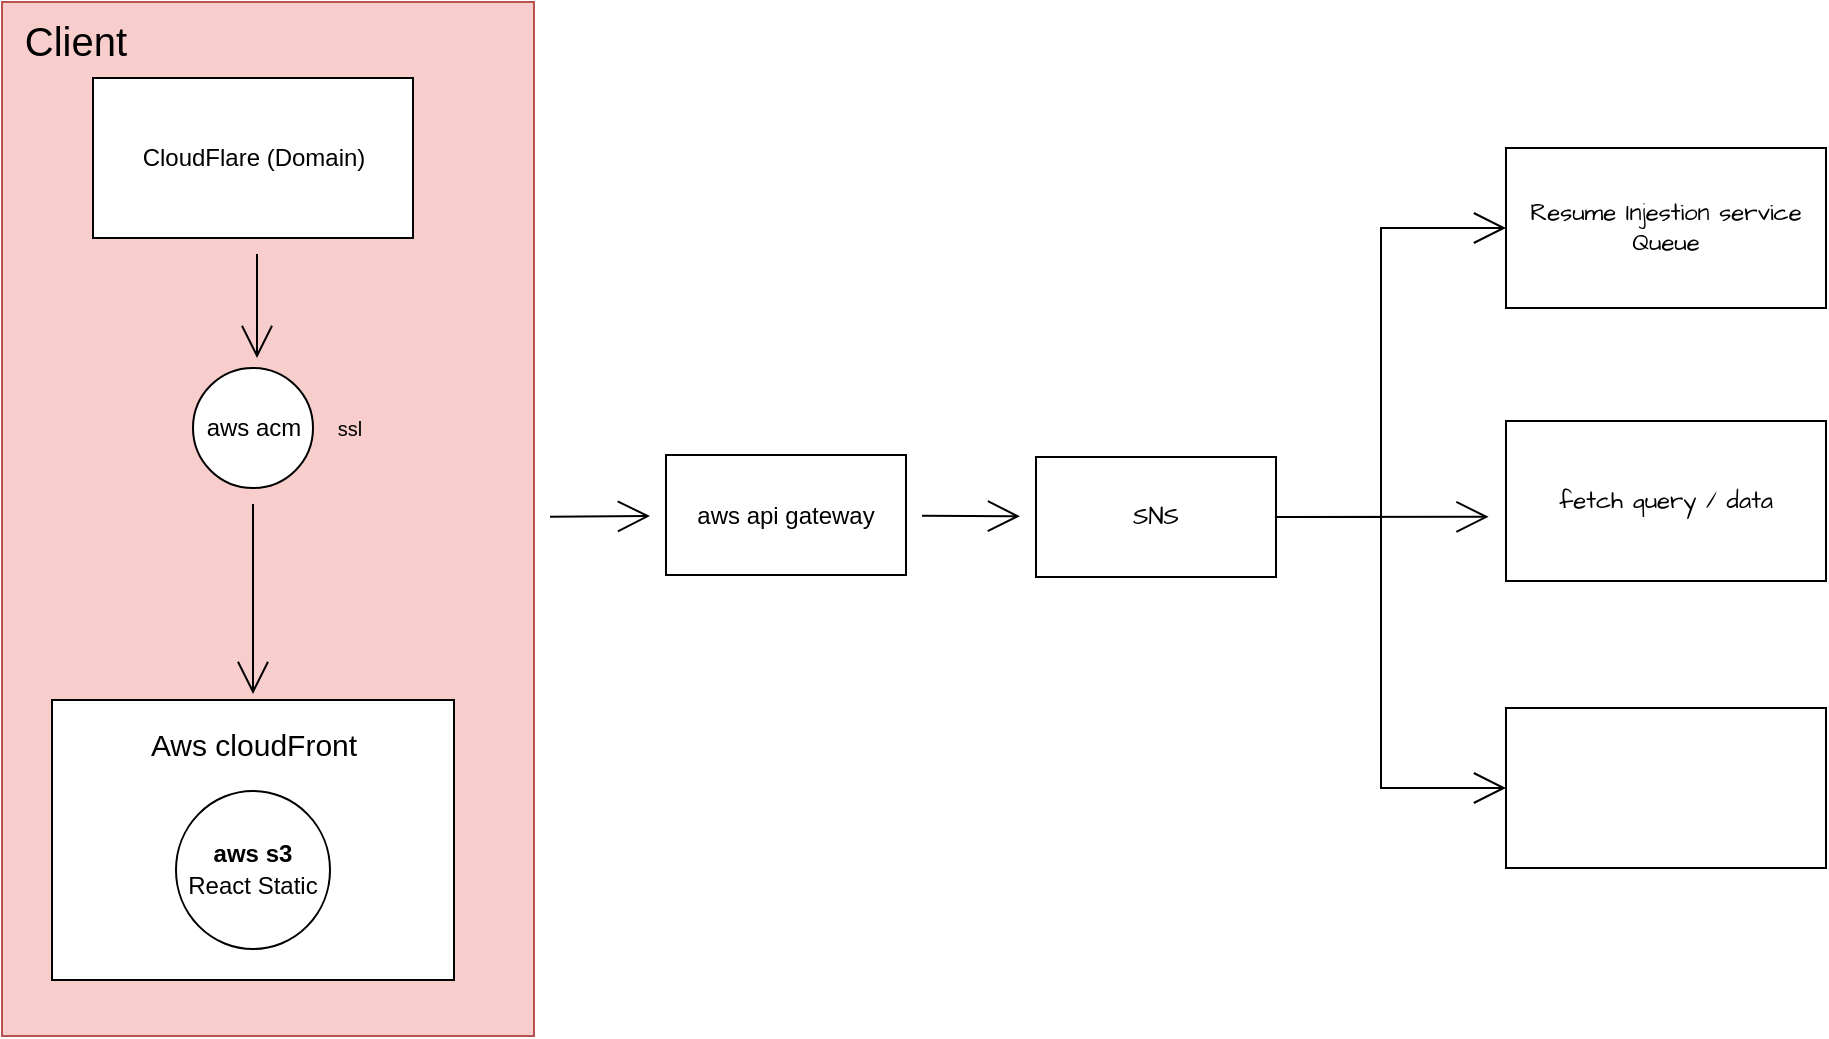
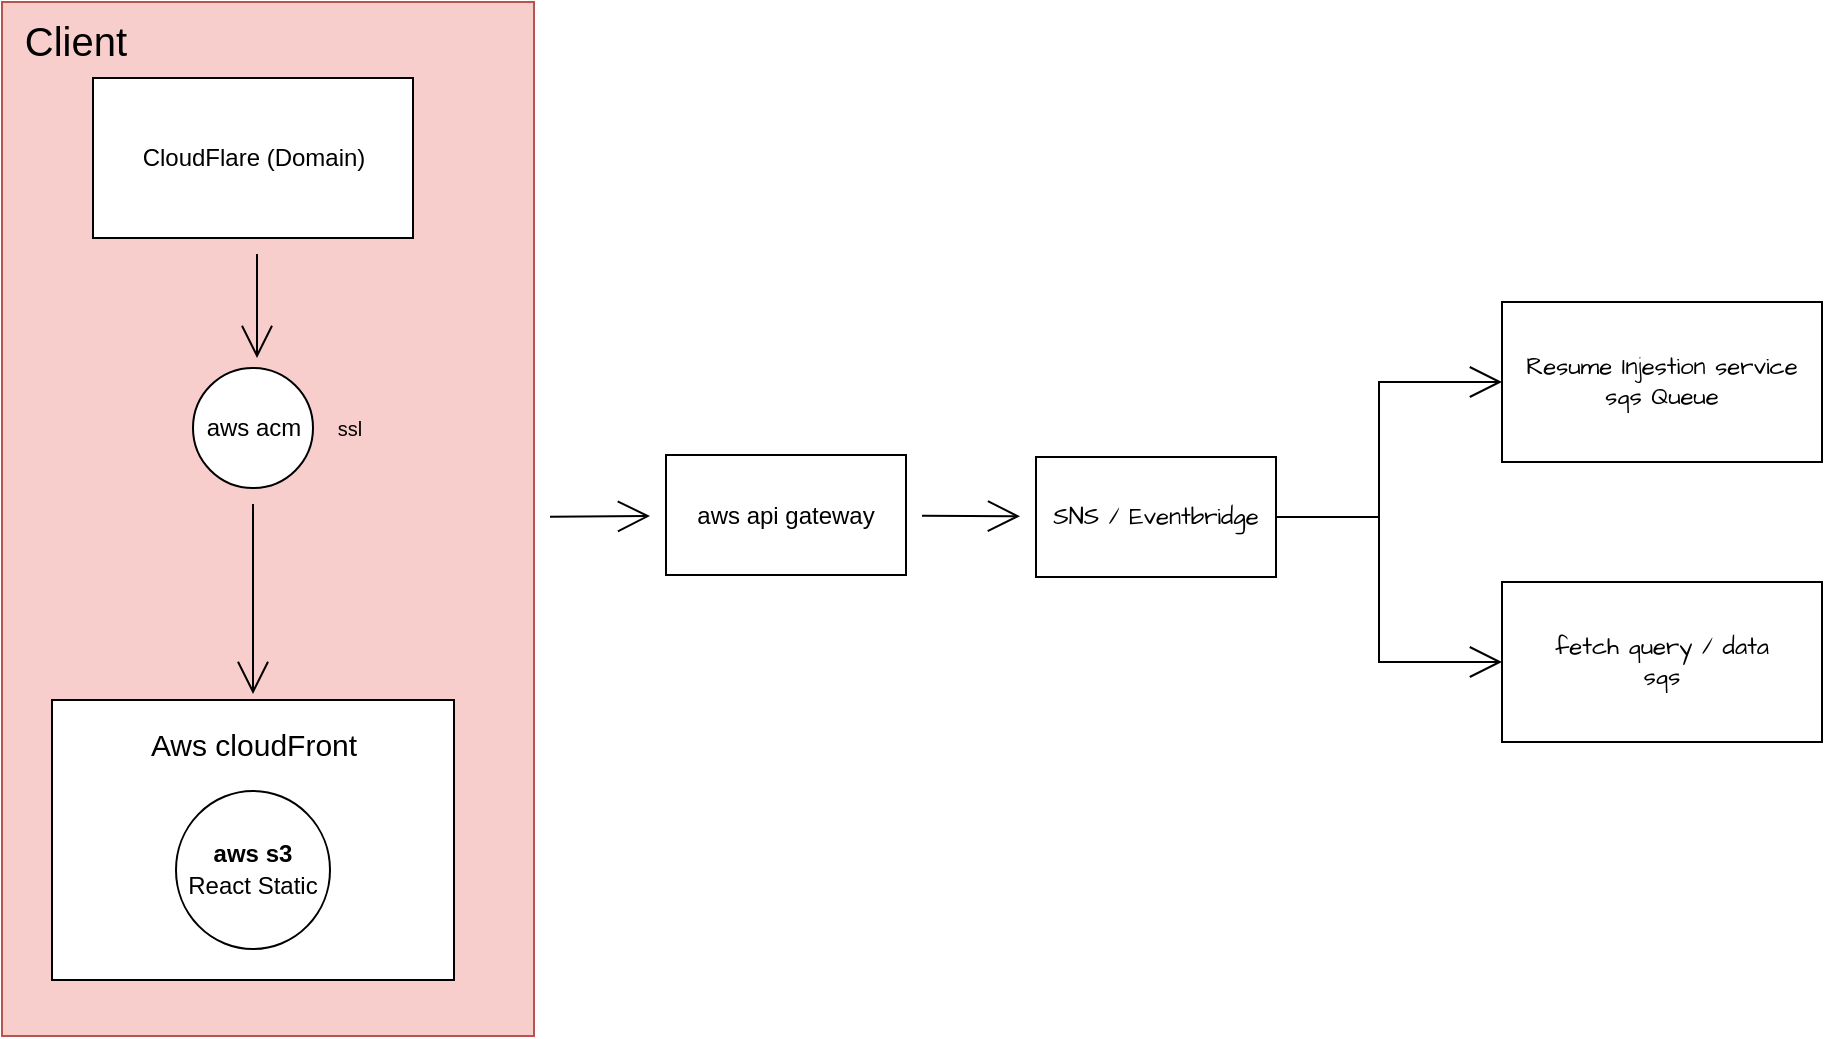
<mxfile host="app.diagrams.net">
  <diagram name="Page-1" id="SOHPCcRNUhLTlrNE90n2">
    <mxGraphModel dx="2960" dy="1394" grid="0" gridSize="10" guides="1" tooltips="1" connect="1" arrows="1" fold="1" page="0" pageScale="1" pageWidth="850" pageHeight="1100" math="0" shadow="0">
      <root>
        <mxCell id="0" />
        <mxCell id="1" parent="0" />
        <mxCell id="rra6tTRvJPethr66ALMW-19" edge="1" parent="1" source="rra6tTRvJPethr66ALMW-16" style="edgeStyle=none;curved=1;rounded=0;orthogonalLoop=1;jettySize=auto;html=1;fontFamily=Architects Daughter;fontSource=https%3A%2F%2Ffonts.googleapis.com%2Fcss%3Ffamily%3DArchitects%2BDaughter;fontSize=16;startSize=14;endArrow=open;endSize=14;sourcePerimeterSpacing=8;targetPerimeterSpacing=8;" target="rra6tTRvJPethr66ALMW-18" value="">
          <mxGeometry relative="1" as="geometry" />
        </mxCell>
        <mxCell id="rra6tTRvJPethr66ALMW-16" parent="1" style="rounded=0;whiteSpace=wrap;html=1;fontFamily=Architects Daughter;fontSource=https%3A%2F%2Ffonts.googleapis.com%2Fcss%3Ffamily%3DArchitects%2BDaughter;fillColor=#f8cecc;strokeColor=#b85450;" value="" vertex="1">
          <mxGeometry height="517" width="266" x="-700" y="-271" as="geometry" />
        </mxCell>
        <mxCell id="rra6tTRvJPethr66ALMW-2" parent="1" style="rounded=0;whiteSpace=wrap;html=1;fontFamily=Architects Daughter;fontSource=https%3A%2F%2Ffonts.googleapis.com%2Fcss%3Ffamily%3DArchitects%2BDaughter;" value="" vertex="1">
          <mxGeometry height="140" width="201" x="-675" y="78" as="geometry" />
        </mxCell>
        <mxCell id="rra6tTRvJPethr66ALMW-1" parent="1" style="ellipse;whiteSpace=wrap;html=1;fontFamily=Architects Daughter;fontSource=https%3A%2F%2Ffonts.googleapis.com%2Fcss%3Ffamily%3DArchitects%2BDaughter;" value="&lt;font face=&quot;Helvetica&quot;&gt;&lt;b&gt;aws s3&lt;/b&gt;&lt;br&gt;React Static&lt;/font&gt;" vertex="1">
          <mxGeometry height="79" width="77" x="-613" y="123.5" as="geometry" />
        </mxCell>
        <mxCell id="rra6tTRvJPethr66ALMW-3" parent="1" style="text;html=1;whiteSpace=wrap;strokeColor=none;fillColor=none;align=center;verticalAlign=middle;rounded=0;fontSize=20;fontFamily=Helvetica;" value="&lt;font style=&quot;font-size: 15px;&quot;&gt;Aws cloudFront&lt;/font&gt;" vertex="1">
          <mxGeometry height="30" width="186" x="-667.5" y="83" as="geometry" />
        </mxCell>
        <mxCell id="rra6tTRvJPethr66ALMW-10" edge="1" parent="1" style="edgeStyle=none;curved=1;rounded=0;orthogonalLoop=1;jettySize=auto;html=1;fontFamily=Architects Daughter;fontSource=https%3A%2F%2Ffonts.googleapis.com%2Fcss%3Ffamily%3DArchitects%2BDaughter;fontSize=16;startSize=14;endArrow=open;endSize=14;sourcePerimeterSpacing=8;targetPerimeterSpacing=8;" value="">
          <mxGeometry relative="1" as="geometry">
            <mxPoint x="-572.5" y="-145" as="sourcePoint" />
            <mxPoint x="-572.5" y="-93" as="targetPoint" />
          </mxGeometry>
        </mxCell>
        <mxCell id="rra6tTRvJPethr66ALMW-5" parent="1" style="rounded=0;whiteSpace=wrap;html=1;fontFamily=Helvetica;" value="CloudFlare (Domain)" vertex="1">
          <mxGeometry height="80" width="160" x="-654.5" y="-233" as="geometry" />
        </mxCell>
        <mxCell id="rra6tTRvJPethr66ALMW-14" edge="1" parent="1" source="rra6tTRvJPethr66ALMW-12" style="edgeStyle=none;curved=1;rounded=0;orthogonalLoop=1;jettySize=auto;html=1;fontFamily=Architects Daughter;fontSource=https%3A%2F%2Ffonts.googleapis.com%2Fcss%3Ffamily%3DArchitects%2BDaughter;fontSize=16;startSize=14;endArrow=open;endSize=14;sourcePerimeterSpacing=8;targetPerimeterSpacing=8;" target="rra6tTRvJPethr66ALMW-3" value="">
          <mxGeometry relative="1" as="geometry" />
        </mxCell>
        <mxCell id="rra6tTRvJPethr66ALMW-12" parent="1" style="ellipse;whiteSpace=wrap;html=1;fontFamily=Architects Daughter;fontSource=https%3A%2F%2Ffonts.googleapis.com%2Fcss%3Ffamily%3DArchitects%2BDaughter;" value="&lt;font face=&quot;Helvetica&quot;&gt;aws acm&lt;/font&gt;" vertex="1">
          <mxGeometry height="60" width="60" x="-604.5" y="-88" as="geometry" />
        </mxCell>
        <mxCell id="rra6tTRvJPethr66ALMW-15" parent="1" style="text;html=1;whiteSpace=wrap;strokeColor=none;fillColor=none;align=center;verticalAlign=middle;rounded=0;fontSize=10;fontFamily=Helvetica;" value="&lt;font&gt;ssl&lt;/font&gt;" vertex="1">
          <mxGeometry height="18" width="32" x="-542" y="-67" as="geometry" />
        </mxCell>
        <mxCell id="rra6tTRvJPethr66ALMW-17" parent="1" style="text;html=1;whiteSpace=wrap;strokeColor=none;fillColor=none;align=center;verticalAlign=middle;rounded=0;fontSize=20;fontFamily=Architects Daughter;fontSource=https%3A%2F%2Ffonts.googleapis.com%2Fcss%3Ffamily%3DArchitects%2BDaughter;" value="&lt;font face=&quot;Helvetica&quot;&gt;Client&lt;/font&gt;" vertex="1">
          <mxGeometry height="30" width="60" x="-693" y="-266" as="geometry" />
        </mxCell>
        <mxCell id="rra6tTRvJPethr66ALMW-27" edge="1" parent="1" source="rra6tTRvJPethr66ALMW-18" style="edgeStyle=none;curved=1;rounded=0;orthogonalLoop=1;jettySize=auto;html=1;fontFamily=Architects Daughter;fontSource=https%3A%2F%2Ffonts.googleapis.com%2Fcss%3Ffamily%3DArchitects%2BDaughter;fontSize=16;startSize=14;endArrow=open;endSize=14;sourcePerimeterSpacing=8;targetPerimeterSpacing=8;" target="rra6tTRvJPethr66ALMW-26" value="">
          <mxGeometry relative="1" as="geometry" />
        </mxCell>
        <mxCell id="rra6tTRvJPethr66ALMW-18" parent="1" style="whiteSpace=wrap;html=1;fontFamily=Architects Daughter;rounded=0;fontSource=https%3A%2F%2Ffonts.googleapis.com%2Fcss%3Ffamily%3DArchitects%2BDaughter;" value="&lt;font face=&quot;Helvetica&quot;&gt;aws api gateway&lt;/font&gt;" vertex="1">
          <mxGeometry height="60" width="120" x="-368" y="-44.5" as="geometry" />
        </mxCell>
-         <mxCell id="rra6tTRvJPethr66ALMW-20" parent="1" style="rounded=0;whiteSpace=wrap;html=1;fontFamily=Architects Daughter;fontSource=https%3A%2F%2Ffonts.googleapis.com%2Fcss%3Ffamily%3DArchitects%2BDaughter;" value="Resume Injestion service&lt;br&gt;Queue" vertex="1">
-           <mxGeometry height="80" width="160" x="52" y="-198" as="geometry" />
+         <mxCell id="rra6tTRvJPethr66ALMW-20" parent="1" style="rounded=0;whiteSpace=wrap;html=1;fontFamily=Architects Daughter;fontSource=https%3A%2F%2Ffonts.googleapis.com%2Fcss%3Ffamily%3DArchitects%2BDaughter;" value="Resume Injestion service&lt;br&gt;sqs Queue" vertex="1">
+           <mxGeometry height="80" width="160" x="50" y="-121" as="geometry" />
        </mxCell>
-         <mxCell id="rra6tTRvJPethr66ALMW-21" parent="1" style="rounded=0;whiteSpace=wrap;html=1;fontFamily=Architects Daughter;fontSource=https%3A%2F%2Ffonts.googleapis.com%2Fcss%3Ffamily%3DArchitects%2BDaughter;" value="fetch query / data" vertex="1">
-           <mxGeometry height="80" width="160" x="52" y="-61.5" as="geometry" />
-         </mxCell>
-         <mxCell id="rra6tTRvJPethr66ALMW-22" parent="1" style="rounded=0;whiteSpace=wrap;html=1;fontFamily=Architects Daughter;fontSource=https%3A%2F%2Ffonts.googleapis.com%2Fcss%3Ffamily%3DArchitects%2BDaughter;" value="" vertex="1">
-           <mxGeometry height="80" width="160" x="52" y="82" as="geometry" />
+         <mxCell id="rra6tTRvJPethr66ALMW-22" parent="1" style="rounded=0;whiteSpace=wrap;html=1;fontFamily=Architects Daughter;fontSource=https%3A%2F%2Ffonts.googleapis.com%2Fcss%3Ffamily%3DArchitects%2BDaughter;" value="fetch query / data&lt;br&gt;sqs" vertex="1">
+           <mxGeometry height="80" width="160" x="50" y="19" as="geometry" />
        </mxCell>
        <mxCell id="rra6tTRvJPethr66ALMW-28" edge="1" parent="1" source="rra6tTRvJPethr66ALMW-26" style="edgeStyle=orthogonalEdgeStyle;rounded=0;orthogonalLoop=1;jettySize=auto;html=1;fontFamily=Architects Daughter;fontSource=https%3A%2F%2Ffonts.googleapis.com%2Fcss%3Ffamily%3DArchitects%2BDaughter;fontSize=16;startSize=14;endArrow=open;endSize=14;sourcePerimeterSpacing=8;targetPerimeterSpacing=8;entryX=0;entryY=0.5;entryDx=0;entryDy=0;" target="rra6tTRvJPethr66ALMW-20" value="">
          <mxGeometry relative="1" as="geometry" />
        </mxCell>
-         <mxCell id="rra6tTRvJPethr66ALMW-29" edge="1" parent="1" source="rra6tTRvJPethr66ALMW-26" style="edgeStyle=none;curved=1;rounded=0;orthogonalLoop=1;jettySize=auto;html=1;exitX=1;exitY=0.5;exitDx=0;exitDy=0;fontFamily=Architects Daughter;fontSource=https%3A%2F%2Ffonts.googleapis.com%2Fcss%3Ffamily%3DArchitects%2BDaughter;fontSize=16;startSize=14;endArrow=open;endSize=14;sourcePerimeterSpacing=8;targetPerimeterSpacing=8;">
-           <mxGeometry relative="1" as="geometry">
-             <mxPoint x="43.28580147879484" y="-13.571428571428442" as="targetPoint" />
-           </mxGeometry>
-         </mxCell>
        <mxCell id="rra6tTRvJPethr66ALMW-30" edge="1" parent="1" source="rra6tTRvJPethr66ALMW-26" style="edgeStyle=orthogonalEdgeStyle;rounded=0;orthogonalLoop=1;jettySize=auto;html=1;exitX=1;exitY=0.5;exitDx=0;exitDy=0;entryX=0;entryY=0.5;entryDx=0;entryDy=0;fontFamily=Architects Daughter;fontSource=https%3A%2F%2Ffonts.googleapis.com%2Fcss%3Ffamily%3DArchitects%2BDaughter;fontSize=16;startSize=14;endArrow=open;endSize=14;sourcePerimeterSpacing=8;targetPerimeterSpacing=8;" target="rra6tTRvJPethr66ALMW-22">
          <mxGeometry relative="1" as="geometry" />
        </mxCell>
-         <mxCell id="rra6tTRvJPethr66ALMW-26" parent="1" style="whiteSpace=wrap;html=1;fontFamily=Architects Daughter;rounded=0;fontSource=https%3A%2F%2Ffonts.googleapis.com%2Fcss%3Ffamily%3DArchitects%2BDaughter;" value="SNS" vertex="1">
+         <mxCell id="rra6tTRvJPethr66ALMW-26" parent="1" style="whiteSpace=wrap;html=1;fontFamily=Architects Daughter;rounded=0;fontSource=https%3A%2F%2Ffonts.googleapis.com%2Fcss%3Ffamily%3DArchitects%2BDaughter;" value="SNS / Eventbridge" vertex="1">
          <mxGeometry height="60" width="120" x="-183" y="-43.5" as="geometry" />
        </mxCell>
      </root>
    </mxGraphModel>
  </diagram>
</mxfile>
